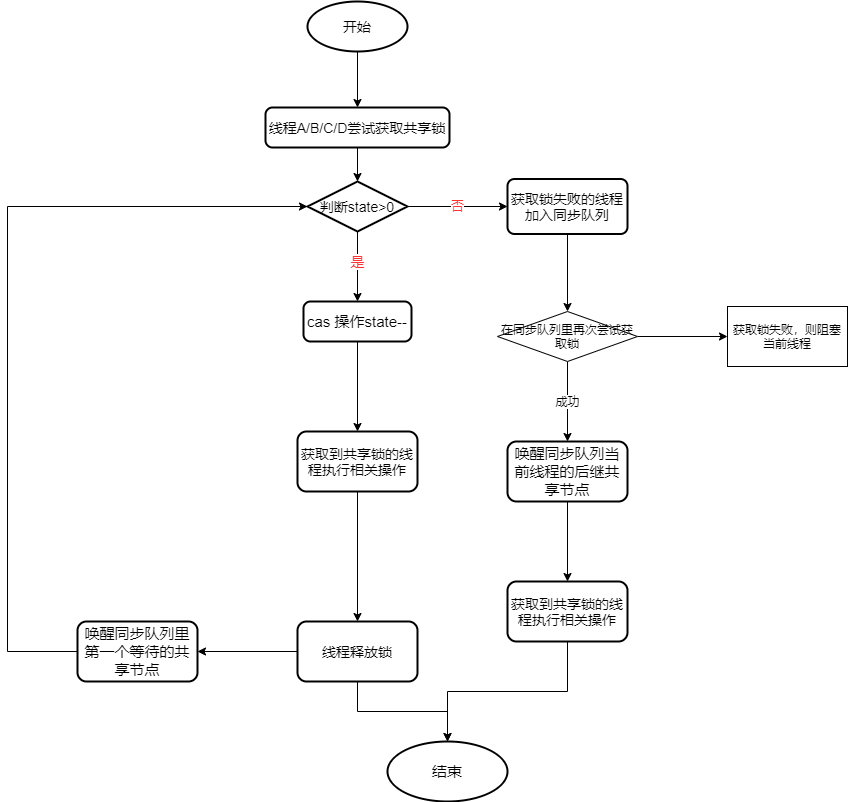
The draw.io diagram 共享锁获取流程图.drawio.png in weirjiang/blog.github.io, before a commit. Source tidied: cells renumbered, new cells last; positions are measured from the earlier drawing's top-left corner, leaving out a move shared by most shapes.
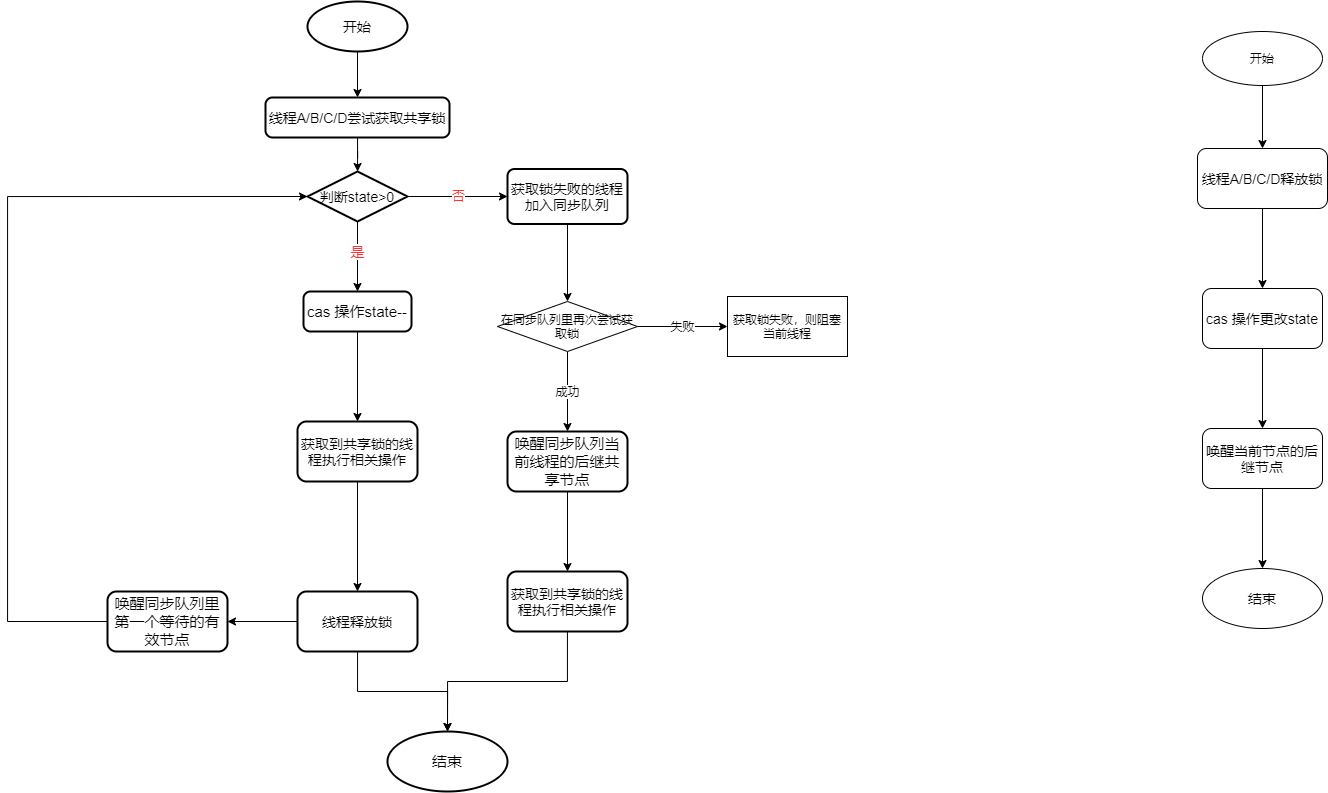
After the commit.

Commit message:
更新共享锁获取流程图.drawio.png

Change to the diagram source:
```diff
@@ -6,7 +6,7 @@
       <mxGeometry relative="1" as="geometry" />
     </mxCell>
     <mxCell id="3" value="&lt;font style=&quot;font-size: 14px&quot;&gt;开始&lt;/font&gt;" style="strokeWidth=2;html=1;shape=mxgraph.flowchart.start_2;whiteSpace=wrap;" parent="1" vertex="1">
-      <mxGeometry x="300" width="100" height="50" as="geometry" />
+      <mxGeometry x="300" y="10" width="100" height="50" as="geometry" />
     </mxCell>
     <mxCell id="4" style="edgeStyle=orthogonalEdgeStyle;rounded=0;jettySize=auto;html=1;" parent="1" edge="1" source="5" target="10">
       <mxGeometry relative="1" as="geometry" />
@@ -56,18 +56,18 @@
       <mxGeometry relative="1" as="geometry" />
     </mxCell>
     <mxCell id="19" value="&lt;font style=&quot;font-size: 14px&quot;&gt;线程释放锁&lt;/font&gt;" style="whiteSpace=wrap;html=1;rounded=1;shadow=0;strokeWidth=2;glass=0;sketch=0;" parent="1" vertex="1">
-      <mxGeometry x="290" y="620" width="120" height="60" as="geometry" />
+      <mxGeometry x="290" y="600" width="120" height="60" as="geometry" />
     </mxCell>
     <mxCell id="20" style="edgeStyle=orthogonalEdgeStyle;rounded=0;jettySize=auto;html=1;entryX=0;entryY=0.5;entryDx=0;entryDy=0;entryPerimeter=0;" parent="1" edge="1" source="21" target="10">
       <mxGeometry relative="1" as="geometry">
         <Array as="points">
-          <mxPoint y="650" />
+          <mxPoint y="630" />
           <mxPoint y="205" />
         </Array>
       </mxGeometry>
     </mxCell>
-    <mxCell id="21" value="&lt;span&gt;&lt;font style=&quot;font-size: 15px&quot;&gt;唤醒同步队列里第一个等待的共享节点&lt;/font&gt;&lt;/span&gt;" style="rounded=1;whiteSpace=wrap;html=1;shadow=0;strokeWidth=2;glass=0;sketch=0;" parent="1" vertex="1">
-      <mxGeometry x="70" y="620" width="120" height="60" as="geometry" />
+    <mxCell id="21" value="&lt;span&gt;&lt;font style=&quot;font-size: 15px&quot;&gt;唤醒同步队列里第一个等待的有效节点&lt;/font&gt;&lt;/span&gt;" style="rounded=1;whiteSpace=wrap;html=1;shadow=0;strokeWidth=2;glass=0;sketch=0;" parent="1" vertex="1">
+      <mxGeometry x="100" y="600" width="120" height="60" as="geometry" />
     </mxCell>
     <mxCell id="22" value="&lt;font style=&quot;font-size: 15px&quot;&gt;结束&lt;/font&gt;" style="ellipse;whiteSpace=wrap;html=1;rounded=1;shadow=0;strokeWidth=2;glass=0;sketch=0;" parent="1" vertex="1">
       <mxGeometry x="380" y="740" width="120" height="60" as="geometry" />
@@ -75,7 +75,7 @@
     <mxCell id="23" value="成功" style="edgeStyle=orthogonalEdgeStyle;rounded=0;jettySize=auto;html=1;" parent="1" edge="1" source="25" target="14">
       <mxGeometry relative="1" as="geometry" />
     </mxCell>
-    <mxCell id="24" style="edgeStyle=orthogonalEdgeStyle;rounded=0;jettySize=auto;html=1;" parent="1" edge="1" source="25" target="26">
+    <mxCell id="24" value="失败" style="edgeStyle=orthogonalEdgeStyle;rounded=0;jettySize=auto;html=1;" parent="1" edge="1" source="25" target="26">
       <mxGeometry relative="1" as="geometry" />
     </mxCell>
     <mxCell id="25" value="在同步队列里再次尝试获取锁" style="rhombus;whiteSpace=wrap;html=1;" parent="1" vertex="1">
@@ -90,5 +90,32 @@
     <mxCell id="28" value="&lt;span style=&quot;font-size: 14px&quot;&gt;获取到共享锁的线程执行相关操作&lt;/span&gt;" style="whiteSpace=wrap;html=1;rounded=1;strokeWidth=2;" parent="1" vertex="1">
       <mxGeometry x="500" y="580" width="120" height="60" as="geometry" />
     </mxCell>
+    <mxCell id="29" style="edgeStyle=orthogonalEdgeStyle;rounded=0;jettySize=auto;html=1;" parent="1" edge="1" source="30" target="32">
+      <mxGeometry relative="1" as="geometry" />
+    </mxCell>
+    <mxCell id="30" value="开始" style="ellipse;whiteSpace=wrap;html=1;" parent="1" vertex="1">
+      <mxGeometry x="1195" y="40" width="120" height="54" as="geometry" />
+    </mxCell>
+    <mxCell id="31" style="edgeStyle=orthogonalEdgeStyle;rounded=0;jettySize=auto;html=1;fontSize=14;" parent="1" edge="1" source="32" target="34">
+      <mxGeometry relative="1" as="geometry" />
+    </mxCell>
+    <mxCell id="32" value="线程A/B/C/D释放锁" style="whiteSpace=wrap;html=1;fontSize=14;rounded=1;" parent="1" vertex="1">
+      <mxGeometry x="1190" y="157" width="130" height="60" as="geometry" />
+    </mxCell>
+    <mxCell id="33" style="edgeStyle=orthogonalEdgeStyle;rounded=0;jettySize=auto;html=1;fontSize=14;" parent="1" edge="1" source="34" target="36">
+      <mxGeometry relative="1" as="geometry" />
+    </mxCell>
+    <mxCell id="34" value="cas&amp;nbsp;操作更改state" style="rounded=1;whiteSpace=wrap;html=1;fontSize=14;" parent="1" vertex="1">
+      <mxGeometry x="1195" y="297" width="120" height="60" as="geometry" />
+    </mxCell>
+    <mxCell id="35" style="edgeStyle=orthogonalEdgeStyle;rounded=0;jettySize=auto;html=1;fontSize=14;" parent="1" edge="1" source="36" target="37">
+      <mxGeometry relative="1" as="geometry" />
+    </mxCell>
+    <mxCell id="36" value="唤醒当前节点的后继节点" style="whiteSpace=wrap;html=1;rounded=1;fontSize=14;" parent="1" vertex="1">
+      <mxGeometry x="1195" y="437" width="120" height="60" as="geometry" />
+    </mxCell>
+    <mxCell id="37" value="结束" style="ellipse;whiteSpace=wrap;html=1;rounded=1;fontSize=14;" parent="1" vertex="1">
+      <mxGeometry x="1195" y="577" width="120" height="60" as="geometry" />
+    </mxCell>
   </root>
 </mxGraphModel>
```
